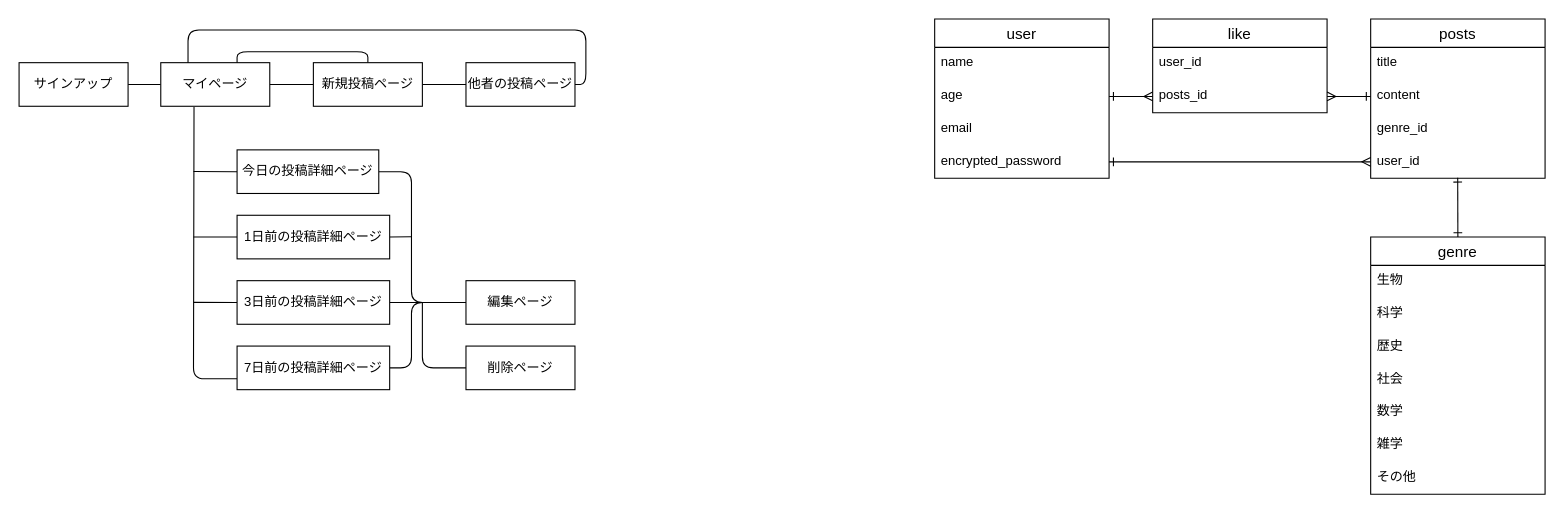
This is me-more.dio from atk1825/me-more, a draw.io file, before an edit. Source tidied: cells renumbered, new cells numbered last; positions are measured from the earlier drawing's top-left corner, leaving out a move shared by most shapes. Both pictures are drawn from the tidied source at 109%, with x=0, y=0 at pixel (19, 19).
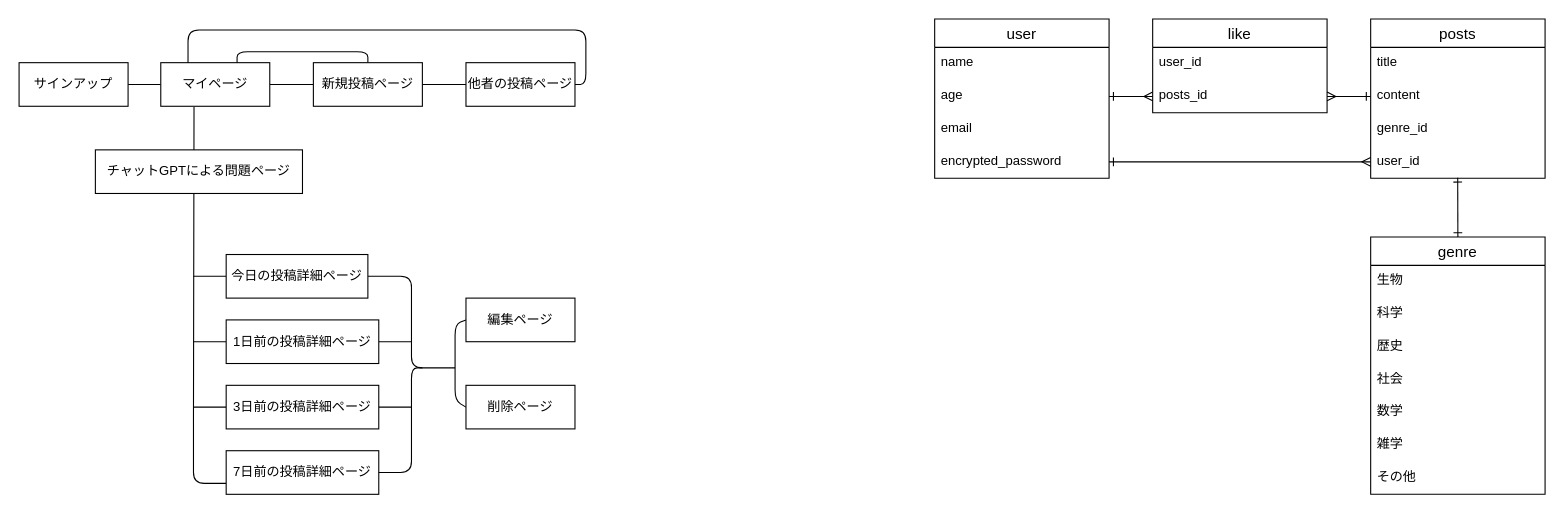
The same diagram, later.

Unchanged cells that the change refers to:
```xml
<mxCell id="21" value="マイページ" style="whiteSpace=wrap;html=1;align=center;" parent="1" vertex="1">
  <mxGeometry x="130" y="40" width="100" height="40" as="geometry" />
</mxCell>
```

Diff of the diagram source:
```diff
@@
     <mxCell id="20" style="edgeStyle=none;html=1;exitX=0.305;exitY=1.017;exitDx=0;exitDy=0;entryX=0;entryY=0.75;entryDx=0;entryDy=0;startArrow=none;startFill=0;endArrow=none;endFill=0;exitPerimeter=0;" parent="1" edge="1" source="21" target="37">
       <mxGeometry relative="1" as="geometry">
         <Array as="points">
-          <mxPoint x="160" y="330" />
+          <mxPoint x="160" y="360" />
+          <mxPoint x="160" y="426" />
         </Array>
       </mxGeometry>
     </mxCell>
@@
     <mxCell id="27" style="edgeStyle=none;html=1;exitX=0;exitY=0.5;exitDx=0;exitDy=0;startArrow=none;startFill=0;endArrow=none;endFill=0;" parent="1" edge="1" source="29">
       <mxGeometry relative="1" as="geometry">
-        <mxPoint x="160" y="139.9" as="targetPoint" />
+        <mxPoint x="160" y="236" as="targetPoint" />
       </mxGeometry>
     </mxCell>
-    <mxCell id="28" style="edgeStyle=none;html=1;exitX=1;exitY=0.5;exitDx=0;exitDy=0;entryX=0;entryY=0.5;entryDx=0;entryDy=0;startArrow=none;startFill=0;endArrow=none;endFill=0;" parent="1" edge="1" source="29" target="38">
-      <mxGeometry relative="1" as="geometry">
-        <Array as="points">
-          <mxPoint x="360" y="140" />
-          <mxPoint x="360" y="260" />
-        </Array>
-      </mxGeometry>
-    </mxCell>
+    <mxCell id="51" style="edgeStyle=none;html=1;exitX=1;exitY=0.5;exitDx=0;exitDy=0;endArrow=none;endFill=0;" parent="1" edge="1" source="29">
+      <mxGeometry relative="1" as="geometry">
+        <mxPoint x="400" y="320" as="targetPoint" />
+        <Array as="points">
+          <mxPoint x="360" y="236" />
+          <mxPoint x="360" y="320" />
+        </Array>
+      </mxGeometry>
+    </mxCell>
     <mxCell id="29" value="今日の投稿詳細ページ" style="whiteSpace=wrap;html=1;align=center;" parent="1" vertex="1">
-      <mxGeometry x="200" y="120" width="130" height="40" as="geometry" />
+      <mxGeometry x="190" y="216" width="130" height="40" as="geometry" />
     </mxCell>
     <mxCell id="30" style="edgeStyle=none;html=1;exitX=0;exitY=0.5;exitDx=0;exitDy=0;startArrow=none;startFill=0;endArrow=none;endFill=0;" parent="1" edge="1" source="32">
       <mxGeometry relative="1" as="geometry">
-        <mxPoint x="160" y="199.9" as="targetPoint" />
+        <mxPoint x="160" y="296" as="targetPoint" />
       </mxGeometry>
     </mxCell>
     <mxCell id="31" style="edgeStyle=none;html=1;exitX=1;exitY=0.5;exitDx=0;exitDy=0;startArrow=none;startFill=0;endArrow=none;endFill=0;" parent="1" edge="1" source="32">
       <mxGeometry relative="1" as="geometry">
-        <mxPoint x="360" y="199.7" as="targetPoint" />
+        <mxPoint x="360" y="296" as="targetPoint" />
       </mxGeometry>
     </mxCell>
     <mxCell id="32" value="1日前の投稿詳細ページ" style="whiteSpace=wrap;html=1;align=center;" parent="1" vertex="1">
-      <mxGeometry x="200" y="180" width="140" height="40" as="geometry" />
+      <mxGeometry x="190" y="276" width="140" height="40" as="geometry" />
     </mxCell>
     <mxCell id="33" style="edgeStyle=none;html=1;exitX=0;exitY=0.5;exitDx=0;exitDy=0;startArrow=none;startFill=0;endArrow=none;endFill=0;" parent="1" edge="1" source="35">
       <mxGeometry relative="1" as="geometry">
-        <mxPoint x="160" y="259.9" as="targetPoint" />
+        <mxPoint x="160" y="356" as="targetPoint" />
       </mxGeometry>
     </mxCell>
     <mxCell id="34" style="edgeStyle=none;html=1;exitX=1;exitY=0.5;exitDx=0;exitDy=0;startArrow=none;startFill=0;endArrow=none;endFill=0;" parent="1" edge="1" source="35">
       <mxGeometry relative="1" as="geometry">
-        <mxPoint x="370" y="260" as="targetPoint" />
+        <mxPoint x="360" y="356" as="targetPoint" />
+        <Array as="points">
+          <mxPoint x="360" y="356" />
+        </Array>
       </mxGeometry>
     </mxCell>
     <mxCell id="35" value="3日前の投稿詳細ページ" style="whiteSpace=wrap;html=1;align=center;" parent="1" vertex="1">
-      <mxGeometry x="200" y="240" width="140" height="40" as="geometry" />
+      <mxGeometry x="190" y="336" width="140" height="40" as="geometry" />
     </mxCell>
-    <mxCell id="36" style="edgeStyle=none;html=1;exitX=1;exitY=0.5;exitDx=0;exitDy=0;startArrow=none;startFill=0;endArrow=none;endFill=0;entryX=0;entryY=0.5;entryDx=0;entryDy=0;" parent="1" edge="1" source="37" target="38">
-      <mxGeometry relative="1" as="geometry">
-        <Array as="points">
-          <mxPoint x="360" y="320" />
-          <mxPoint x="360" y="260" />
-        </Array>
-      </mxGeometry>
-    </mxCell>
     <mxCell id="37" value="7日前の投稿詳細ページ" style="whiteSpace=wrap;html=1;align=center;" parent="1" vertex="1">
-      <mxGeometry x="200" y="300" width="140" height="40" as="geometry" />
+      <mxGeometry x="190" y="396" width="140" height="40" as="geometry" />
     </mxCell>
+    <mxCell id="52" style="edgeStyle=none;html=1;exitX=0;exitY=0.5;exitDx=0;exitDy=0;endArrow=none;endFill=0;" parent="1" edge="1" source="38">
+      <mxGeometry relative="1" as="geometry">
+        <mxPoint x="400" y="320" as="targetPoint" />
+        <Array as="points">
+          <mxPoint x="400" y="280" />
+        </Array>
+      </mxGeometry>
+    </mxCell>
     <mxCell id="38" value="編集ページ" style="whiteSpace=wrap;html=1;align=center;" parent="1" vertex="1">
-      <mxGeometry x="410" y="240" width="100" height="40" as="geometry" />
+      <mxGeometry x="410" y="256" width="100" height="40" as="geometry" />
     </mxCell>
-    <mxCell id="39" style="edgeStyle=none;html=1;exitX=0;exitY=0.5;exitDx=0;exitDy=0;endArrow=none;endFill=0;" parent="1" edge="1" source="40">
-      <mxGeometry relative="1" as="geometry">
-        <mxPoint x="370" y="260" as="targetPoint" />
-        <Array as="points">
-          <mxPoint x="370" y="320" />
-        </Array>
-      </mxGeometry>
-    </mxCell>
+    <mxCell id="53" style="edgeStyle=none;html=1;exitX=0;exitY=0.5;exitDx=0;exitDy=0;endArrow=none;endFill=0;" parent="1" edge="1" source="40">
+      <mxGeometry relative="1" as="geometry">
+        <mxPoint x="400" y="320" as="targetPoint" />
+        <Array as="points">
+          <mxPoint x="400" y="350" />
+        </Array>
+      </mxGeometry>
+    </mxCell>
     <mxCell id="40" value="削除ページ" style="whiteSpace=wrap;html=1;align=center;" parent="1" vertex="1">
-      <mxGeometry x="410" y="300" width="100" height="40" as="geometry" />
+      <mxGeometry x="410" y="336" width="100" height="40" as="geometry" />
     </mxCell>
@@
+    <mxCell id="54" style="edgeStyle=none;html=1;exitX=1;exitY=0.5;exitDx=0;exitDy=0;startArrow=none;startFill=0;endArrow=none;endFill=0;" parent="1" edge="1" source="37">
+      <mxGeometry relative="1" as="geometry">
+        <mxPoint x="370" y="320" as="targetPoint" />
+        <Array as="points">
+          <mxPoint x="360" y="416" />
+          <mxPoint x="360" y="320" />
+        </Array>
+      </mxGeometry>
+    </mxCell>
+    <mxCell id="55" value="チャットGPTによる問題ページ" style="whiteSpace=wrap;html=1;align=center;" parent="1" vertex="1">
+      <mxGeometry x="70" y="120" width="190" height="40" as="geometry" />
+    </mxCell>
```
